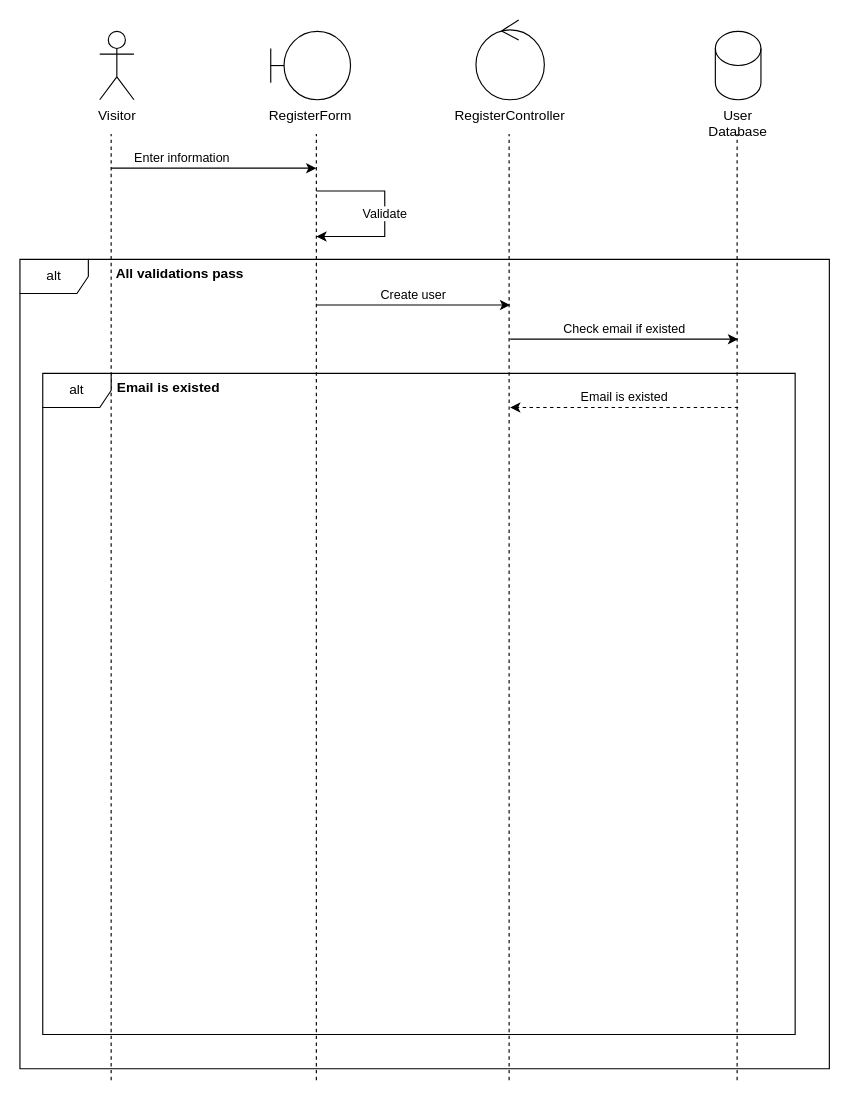
Before: Register.drawio in dncmaduro/gspacez-uml, a draw.io diagram. Source tidied: cells renumbered, new cells numbered last; positions are measured from the earlier drawing's top-left corner, leaving out a move shared by most shapes. Both pictures are drawn from the tidied source at 114%, with x=0, y=0 at pixel (19, 19).
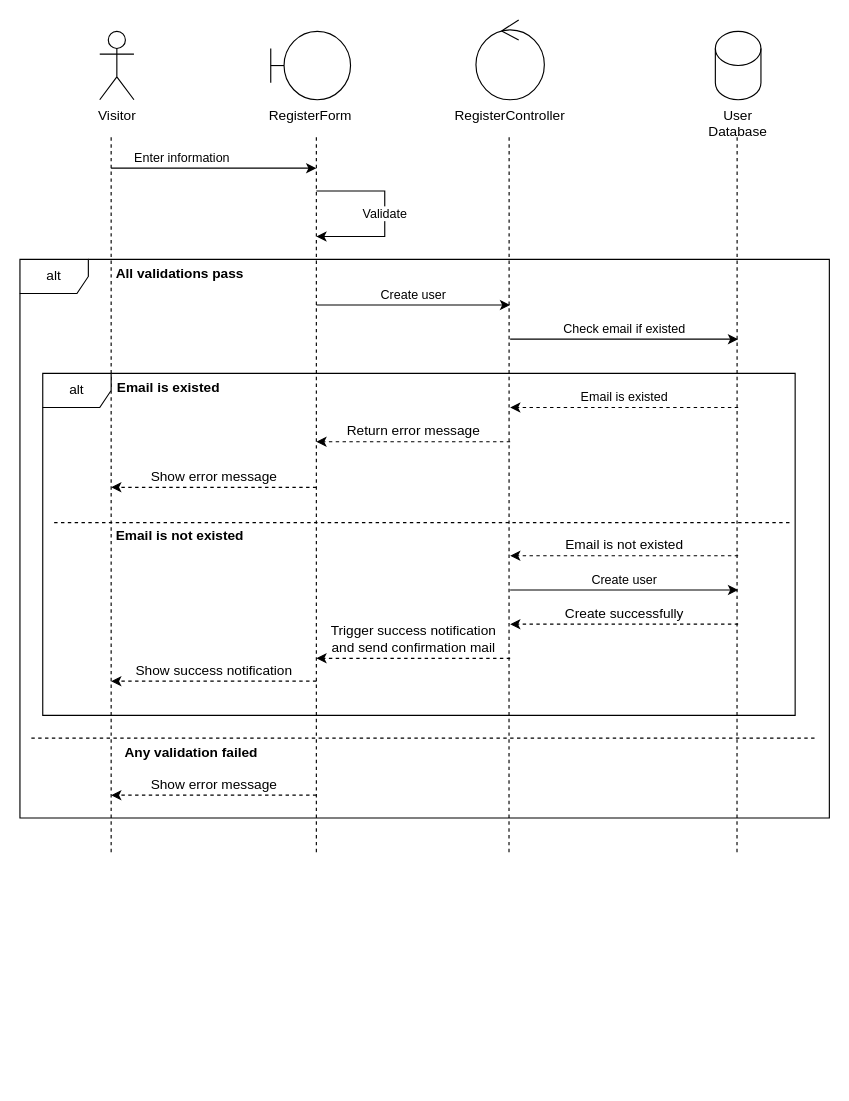
The same page after the edit.

The edit, as a diff of the source:
```diff
@@
     <mxCell id="6" style="endArrow=none;dashed=1;html=1;rounded=0;" parent="1" edge="1">
       <mxGeometry relative="1" as="geometry">
-        <mxPoint x="80" y="930" as="sourcePoint" />
+        <mxPoint x="80" y="730" as="sourcePoint" />
         <mxPoint x="80" y="100" as="targetPoint" />
       </mxGeometry>
     </mxCell>
     <mxCell id="7" style="endArrow=none;dashed=1;html=1;rounded=0;" parent="1" edge="1">
       <mxGeometry relative="1" as="geometry">
-        <mxPoint x="260" y="930" as="sourcePoint" />
+        <mxPoint x="260" y="730" as="sourcePoint" />
         <mxPoint x="260" y="100" as="targetPoint" />
       </mxGeometry>
     </mxCell>
     <mxCell id="8" style="endArrow=none;dashed=1;html=1;rounded=0;" parent="1" edge="1">
       <mxGeometry relative="1" as="geometry">
-        <mxPoint x="429.1" y="930" as="sourcePoint" />
+        <mxPoint x="429" y="730" as="sourcePoint" />
         <mxPoint x="429.1" y="100" as="targetPoint" />
       </mxGeometry>
     </mxCell>
     <mxCell id="9" style="endArrow=none;dashed=1;html=1;rounded=0;" parent="1" edge="1">
       <mxGeometry relative="1" as="geometry">
-        <mxPoint x="629.1" y="930" as="sourcePoint" />
+        <mxPoint x="629" y="730" as="sourcePoint" />
         <mxPoint x="629.1" y="100" as="targetPoint" />
       </mxGeometry>
     </mxCell>
@@
     <mxCell id="13" value="alt" style="shape=umlFrame;whiteSpace=wrap;html=1;" parent="1" vertex="1">
-      <mxGeometry y="210" width="710" height="710" as="geometry" />
+      <mxGeometry y="210" width="710" height="490" as="geometry" />
     </mxCell>
@@
     <mxCell id="17" value="alt" style="shape=umlFrame;whiteSpace=wrap;html=1;" parent="1" vertex="1">
-      <mxGeometry x="20" y="310" width="660" height="580" as="geometry" />
+      <mxGeometry x="20" y="310" width="660" height="300" as="geometry" />
     </mxCell>
@@
+    <mxCell id="20" value="Return error message" style="endArrow=classic;html=1;rounded=0;dashed=1;labelPosition=center;verticalLabelPosition=top;align=center;verticalAlign=bottom;fontFamily=Helvetica;fontSize=12;fontColor=default;" parent="1" edge="1">
+      <mxGeometry relative="1" as="geometry">
+        <mxPoint x="430" y="370" as="sourcePoint" />
+        <mxPoint x="260" y="370" as="targetPoint" />
+      </mxGeometry>
+    </mxCell>
+    <mxCell id="21" value="Show error message" style="endArrow=classic;html=1;rounded=0;dashed=1;labelPosition=center;verticalLabelPosition=top;align=center;verticalAlign=bottom;fontFamily=Helvetica;fontSize=12;fontColor=default;" parent="1" edge="1">
+      <mxGeometry relative="1" as="geometry">
+        <mxPoint x="260" y="410" as="sourcePoint" />
+        <mxPoint x="80" y="410" as="targetPoint" />
+      </mxGeometry>
+    </mxCell>
+    <mxCell id="22" style="endArrow=none;dashed=1;html=1;rounded=0;fontFamily=Helvetica;fontSize=12;fontColor=default;" parent="1" edge="1">
+      <mxGeometry relative="1" as="geometry">
+        <mxPoint x="30" y="441" as="sourcePoint" />
+        <mxPoint x="678" y="441" as="targetPoint" />
+      </mxGeometry>
+    </mxCell>
+    <mxCell id="23" value="Email is not existed" style="text;align=center;fontStyle=1;verticalAlign=middle;spacingLeft=3;spacingRight=3;strokeColor=none;html=1;" parent="1" vertex="1">
+      <mxGeometry x="100" y="440" width="80" height="26" as="geometry" />
+    </mxCell>
+    <mxCell id="24" value="Email is not existed" style="endArrow=classic;html=1;rounded=0;dashed=1;labelPosition=center;verticalLabelPosition=top;align=center;verticalAlign=bottom;fontFamily=Helvetica;fontSize=12;fontColor=default;" parent="1" edge="1">
+      <mxGeometry relative="1" as="geometry">
+        <mxPoint x="630" y="470" as="sourcePoint" />
+        <mxPoint x="430" y="470" as="targetPoint" />
+      </mxGeometry>
+    </mxCell>
+    <mxCell id="25" value="Create user" style="endArrow=classic;html=1;rounded=0;labelPosition=center;verticalLabelPosition=top;align=center;verticalAlign=bottom;" parent="1" edge="1">
+      <mxGeometry relative="1" as="geometry">
+        <mxPoint x="430" y="500" as="sourcePoint" />
+        <mxPoint x="630" y="500" as="targetPoint" />
+      </mxGeometry>
+    </mxCell>
+    <mxCell id="26" value="Create successfully" style="endArrow=classic;html=1;rounded=0;dashed=1;labelPosition=center;verticalLabelPosition=top;align=center;verticalAlign=bottom;fontFamily=Helvetica;fontSize=12;fontColor=default;" parent="1" edge="1">
+      <mxGeometry relative="1" as="geometry">
+        <mxPoint x="630" y="530" as="sourcePoint" />
+        <mxPoint x="430" y="530" as="targetPoint" />
+      </mxGeometry>
+    </mxCell>
+    <mxCell id="27" value="Trigger success notification&lt;div&gt;and send confirmation mail&lt;/div&gt;" style="endArrow=classic;html=1;rounded=0;dashed=1;labelPosition=center;verticalLabelPosition=top;align=center;verticalAlign=bottom;fontFamily=Helvetica;fontSize=12;fontColor=default;" parent="1" edge="1">
+      <mxGeometry relative="1" as="geometry">
+        <mxPoint x="430" y="560" as="sourcePoint" />
+        <mxPoint x="260" y="560" as="targetPoint" />
+      </mxGeometry>
+    </mxCell>
+    <mxCell id="28" value="Show success notification" style="endArrow=classic;html=1;rounded=0;dashed=1;labelPosition=center;verticalLabelPosition=top;align=center;verticalAlign=bottom;fontFamily=Helvetica;fontSize=12;fontColor=default;" parent="1" edge="1">
+      <mxGeometry relative="1" as="geometry">
+        <mxPoint x="260" y="580" as="sourcePoint" />
+        <mxPoint x="80" y="580" as="targetPoint" />
+      </mxGeometry>
+    </mxCell>
+    <mxCell id="29" style="endArrow=none;dashed=1;html=1;rounded=0;fontFamily=Helvetica;fontSize=12;fontColor=default;" parent="1" edge="1">
+      <mxGeometry relative="1" as="geometry">
+        <mxPoint x="10" y="630" as="sourcePoint" />
+        <mxPoint x="700" y="630" as="targetPoint" />
+      </mxGeometry>
+    </mxCell>
+    <mxCell id="30" value="Any validation failed" style="text;align=center;fontStyle=1;verticalAlign=middle;spacingLeft=3;spacingRight=3;strokeColor=none;html=1;" parent="1" vertex="1">
+      <mxGeometry x="110" y="630" width="80" height="26" as="geometry" />
+    </mxCell>
+    <mxCell id="31" value="Show error message" style="endArrow=classic;html=1;rounded=0;dashed=1;labelPosition=center;verticalLabelPosition=top;align=center;verticalAlign=bottom;fontFamily=Helvetica;fontSize=12;fontColor=default;" parent="1" edge="1">
+      <mxGeometry relative="1" as="geometry">
+        <mxPoint x="260" y="680" as="sourcePoint" />
+        <mxPoint x="80" y="680" as="targetPoint" />
+      </mxGeometry>
+    </mxCell>
```
